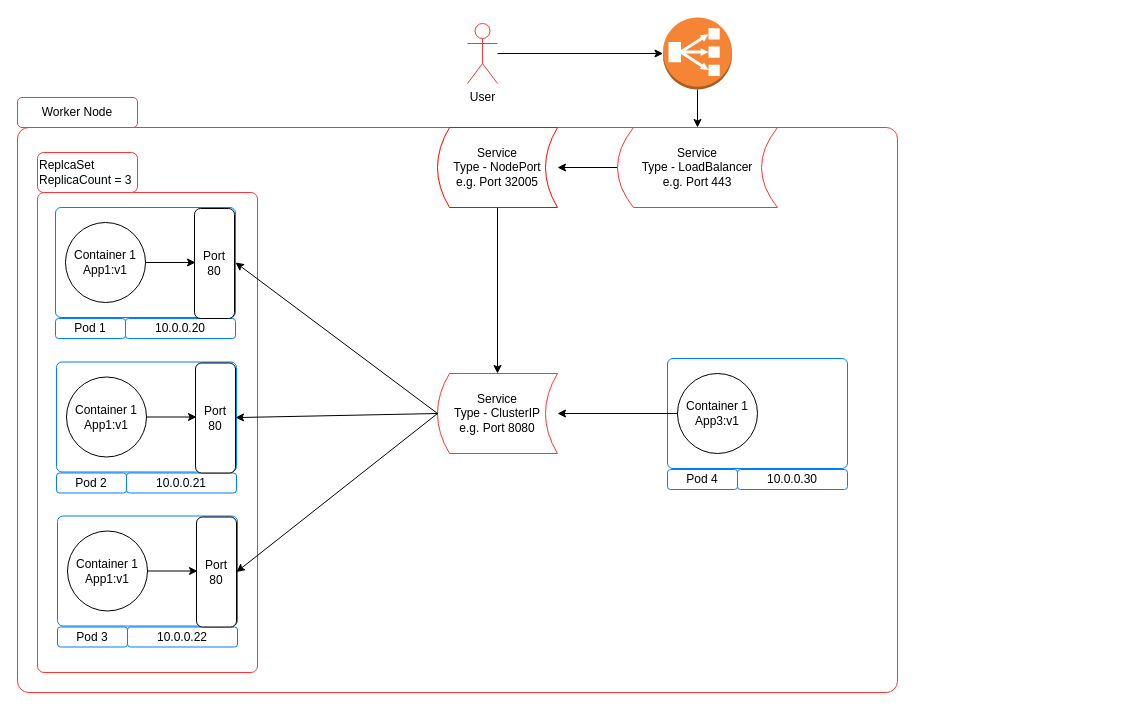
The draw.io diagram page "Service-3" (12 of 13) of pod.drawio in prabhatsharma/draw.io, before the edit. Source tidied: cells renumbered, new cells numbered last; positions are measured from the earlier drawing's top-left corner, leaving out a move shared by most shapes. Both pictures are drawn from the tidied source at 100%, with x=0, y=0 at pixel (17, 17).
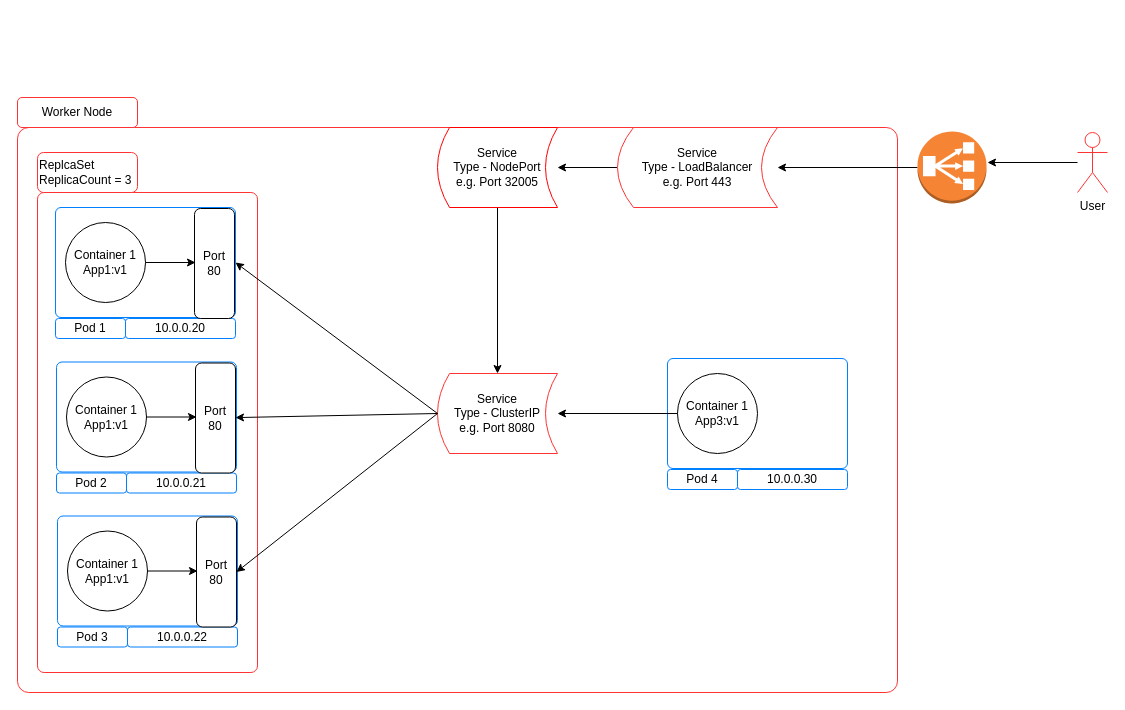
Above is the later version.

The edit, as a diff of the source:
```diff
@@
-    <mxCell id="41" style="edgeStyle=orthogonalEdgeStyle;rounded=0;jettySize=auto;html=1;entryX=0;entryY=0.5;entryDx=0;entryDy=0;entryPerimeter=0;" parent="1" edge="1" source="42" target="46">
-      <mxGeometry relative="1" as="geometry" />
-    </mxCell>
+    <mxCell id="47" style="edgeStyle=orthogonalEdgeStyle;rounded=0;jettySize=auto;html=1;" parent="1" edge="1" source="42">
+      <mxGeometry relative="1" as="geometry">
+        <mxPoint x="970" y="145" as="targetPoint" />
+      </mxGeometry>
+    </mxCell>
     <mxCell id="42" value="User" style="shape=umlActor;verticalLabelPosition=bottom;labelBackgroundColor=#ffffff;verticalAlign=top;html=1;outlineConnect=0;strokeColor=#FF3333;" parent="1" vertex="1">
-      <mxGeometry x="450" y="6" width="30" height="60" as="geometry" />
+      <mxGeometry x="1060" y="115" width="30" height="60" as="geometry" />
     </mxCell>
@@
     <mxCell id="46" style="outlineConnect=0;dashed=0;verticalLabelPosition=bottom;verticalAlign=top;align=center;html=1;shape=mxgraph.aws3.classic_load_balancer;fillColor=#F58534;gradientColor=none;strokeColor=#FF3333;" parent="1" vertex="1">
-      <mxGeometry x="645.5" width="69" height="72" as="geometry" />
+      <mxGeometry x="900" y="114" width="69" height="72" as="geometry" />
     </mxCell>
```
